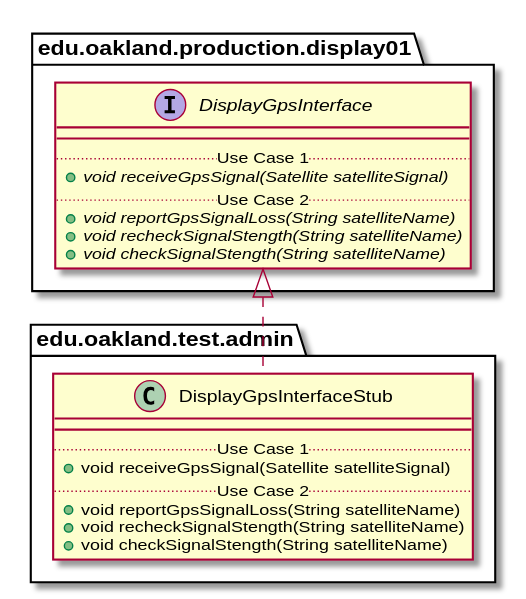
This is docs/uml-class-diagrams/admin/test/DisplayGpsInterfaceStub/DisplayGpsInterfaceStub_Closure.svg from andrewdimmer/csi-3370-software-project, a PlantUML export, as it was before one commit.
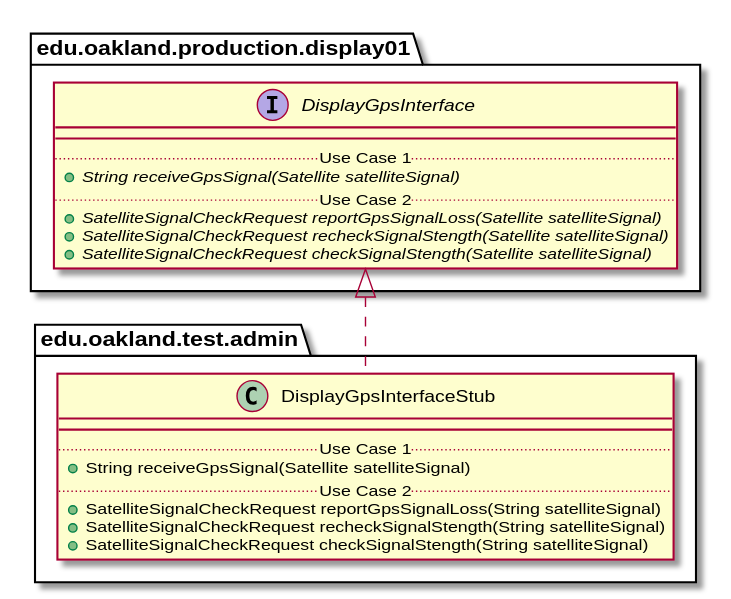
Above is the later version.

Diff of the diagram source:
```diff
@@ -5,11 +5,11 @@
     class DisplayGpsInterfaceStub {
         __
         .. Use Case 1 ..
-        + void receiveGpsSignal(Satellite satelliteSignal)
+        + String receiveGpsSignal(Satellite satelliteSignal)
         .. Use Case 2 ..
-        + void reportGpsSignalLoss(String satelliteName)
-        + void recheckSignalStength(String satelliteName)
-        + void checkSignalStength(String satelliteName)
+        + SatelliteSignalCheckRequest reportGpsSignalLoss(String satelliteSignal)
+        + SatelliteSignalCheckRequest recheckSignalStength(String satelliteSignal)
+        + SatelliteSignalCheckRequest checkSignalStength(String satelliteSignal)
     }
 }
 
@@ -22,11 +22,11 @@
     interface DisplayGpsInterface {
         __
         .. Use Case 1 ..
-        {abstract} + void receiveGpsSignal(Satellite satelliteSignal)
+        {abstract} + String receiveGpsSignal(Satellite satelliteSignal)
         .. Use Case 2 ..
-        {abstract} + void reportGpsSignalLoss(String satelliteName)
-        {abstract} + void recheckSignalStength(String satelliteName)
-        {abstract} + void checkSignalStength(String satelliteName)
+        {abstract} + SatelliteSignalCheckRequest reportGpsSignalLoss(Satellite satelliteSignal)
+        {abstract} + SatelliteSignalCheckRequest recheckSignalStength(Satellite satelliteSignal)
+        {abstract} + SatelliteSignalCheckRequest checkSignalStength(Satellite satelliteSignal)
     }
 }
 
```
